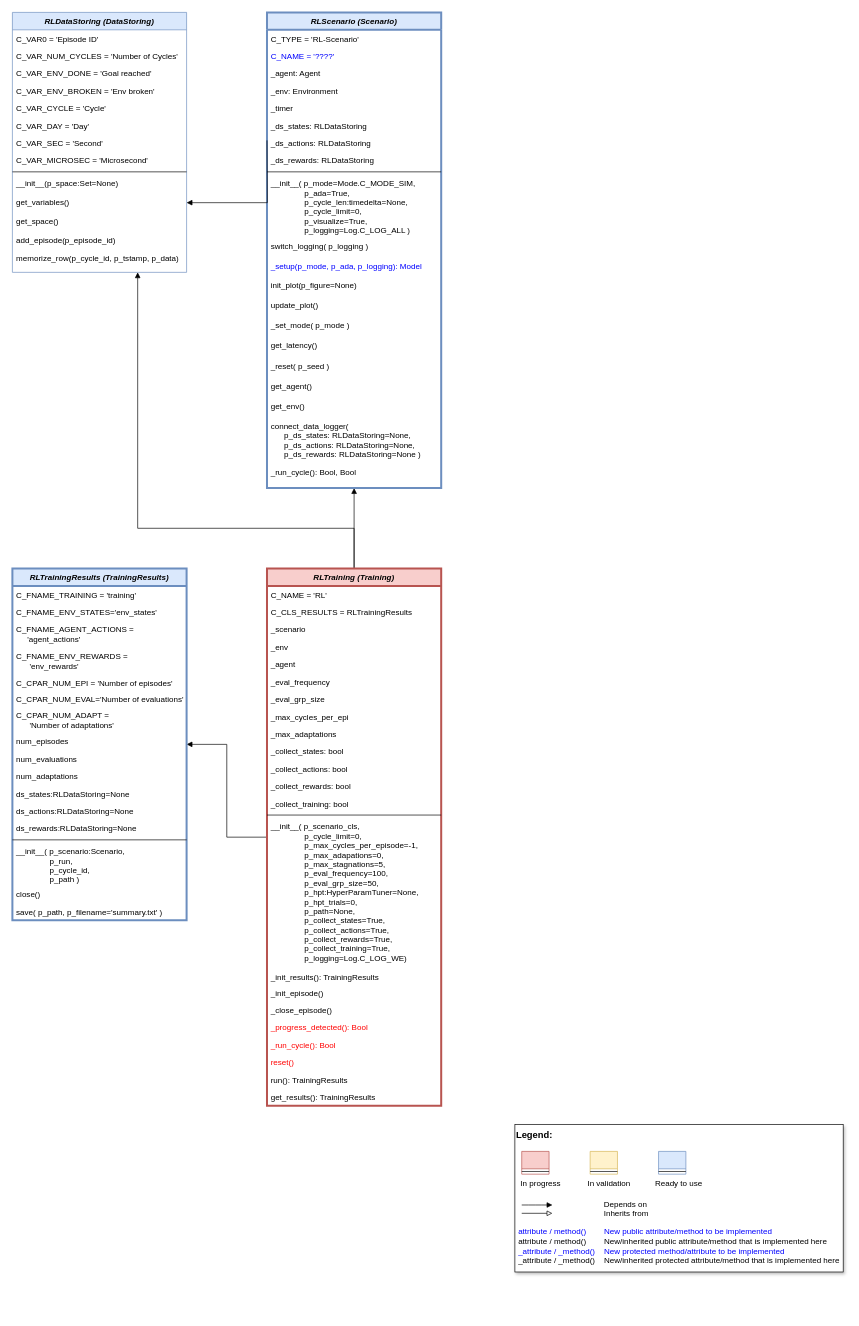
fhswf/MLPro keeps this draw.io diagram as doc/rtd/content/append2/core/images/rl/04_run_and_train/MLPro-RL-Train class diagram.drawio. Above is the earlier version. Source tidied: cells renumbered, new cells numbered last; positions are measured from the earlier drawing's top-left corner, leaving out a move shared by most shapes. Both pictures are drawn from the tidied source at 67%, with x=0, y=0 at pixel (12, 12).
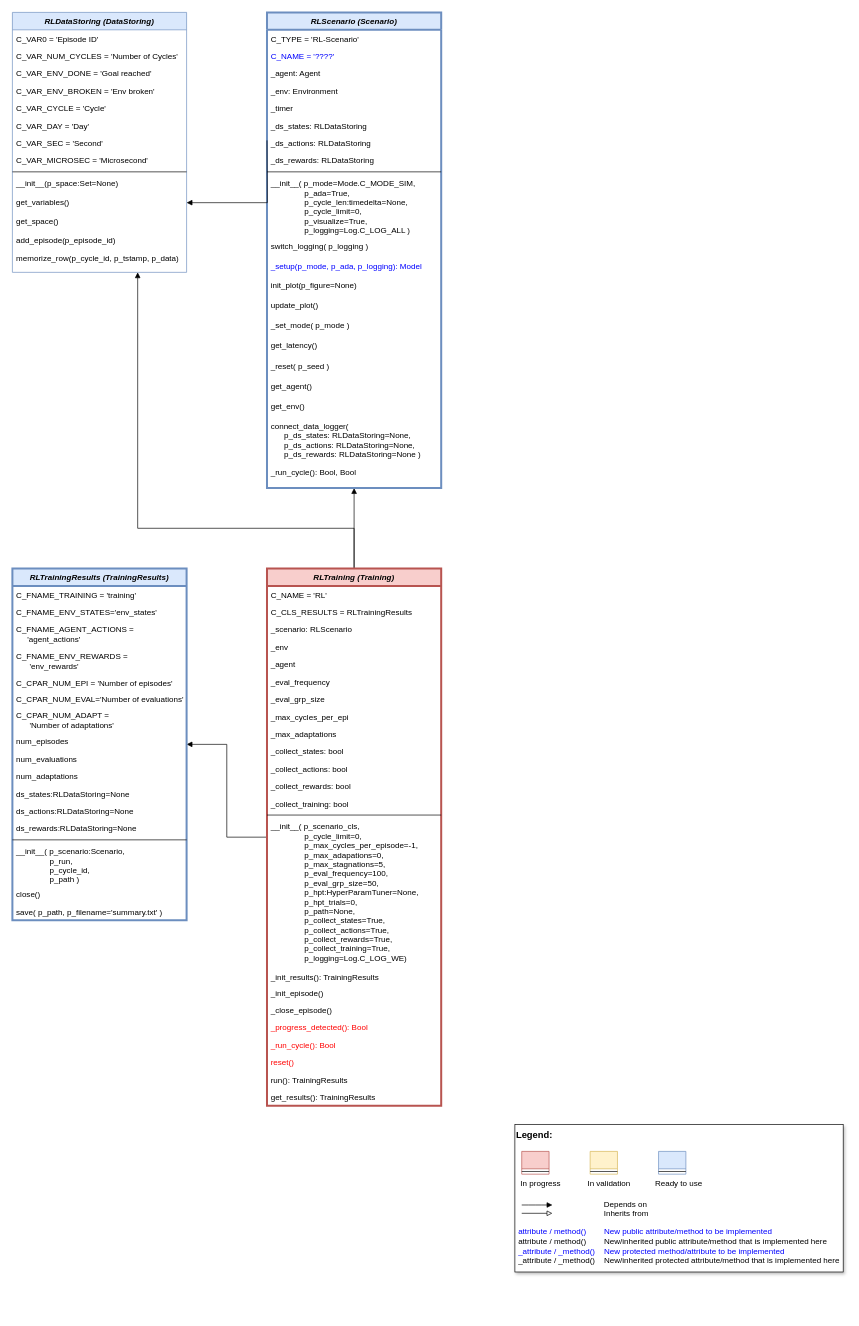
Above is the later version.

Unchanged cells that the change refers to:
```xml
<mxCell id="5" value="RLTraining (Training)" style="swimlane;fontStyle=3;align=center;verticalAlign=top;horizontal=1;startSize=26;rounded=0;shadow=0;strokeWidth=3;fillColor=#f8cecc;strokeColor=#b85450;" parent="1" vertex="1">
  <mxGeometry x="380" y="830" width="260" height="802" as="geometry" />
</mxCell>
```

Diff of the diagram source:
```diff
@@
-    <mxCell id="8" value="_scenario" style="text;align=left;verticalAlign=top;spacingLeft=4;spacingRight=4;overflow=hidden;" parent="5" vertex="1">
+    <mxCell id="8" value="_scenario: RLScenario" style="text;align=left;verticalAlign=top;spacingLeft=4;spacingRight=4;overflow=hidden;" parent="5" vertex="1">
       <mxGeometry y="78" width="260" height="26" as="geometry" />
     </mxCell>
```
